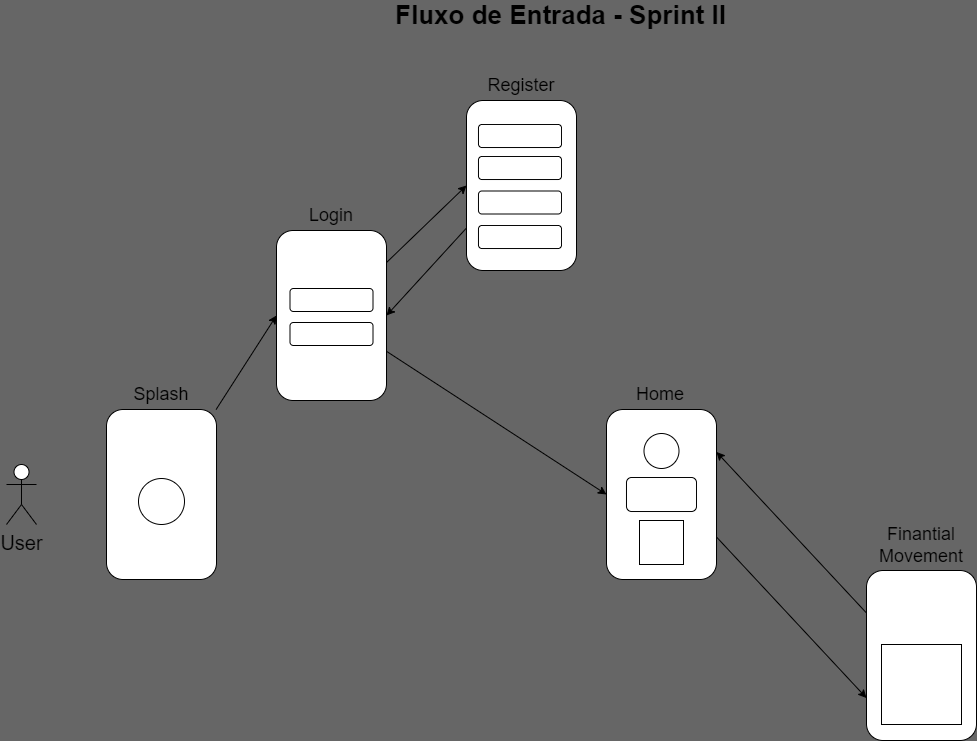
Earlier version of the draw.io export Sprints/Page-Flow-SprintII.png (Luanftg/PIT01GP01). Source tidied: cells renumbered, new cells last; positions are measured from the earlier drawing's top-left corner, leaving out a move shared by most shapes. Source of this version:
```xml
<mxGraphModel background="#666666" shadow="1">
  <root>
    <mxCell id="0" />
    <mxCell id="1" parent="0" />
    <mxCell id="2" style="edgeStyle=none;html=1;entryX=0;entryY=0.5;entryDx=0;entryDy=0;" parent="1" edge="1" source="3" target="6">
      <mxGeometry relative="1" as="geometry" />
    </mxCell>
    <mxCell id="3" style="rounded=1;whiteSpace=wrap;html=1;" parent="1" vertex="1">
      <mxGeometry x="100" y="409" width="110" height="170" as="geometry" />
    </mxCell>
    <mxCell id="4" style="edgeStyle=none;html=1;entryX=0;entryY=0.5;entryDx=0;entryDy=0;" parent="1" edge="1" source="6" target="10">
      <mxGeometry relative="1" as="geometry" />
    </mxCell>
    <mxCell id="5" style="edgeStyle=none;html=1;entryX=0;entryY=0.5;entryDx=0;entryDy=0;" parent="1" edge="1" source="6" target="8">
      <mxGeometry relative="1" as="geometry" />
    </mxCell>
    <mxCell id="6" style="rounded=1;whiteSpace=wrap;html=1;" parent="1" vertex="1">
      <mxGeometry x="270" y="230" width="110" height="170" as="geometry" />
    </mxCell>
    <mxCell id="7" style="edgeStyle=none;html=1;exitX=1;exitY=0.75;exitDx=0;exitDy=0;entryX=0;entryY=0.75;entryDx=0;entryDy=0;" parent="1" edge="1" source="8" target="16">
      <mxGeometry relative="1" as="geometry" />
    </mxCell>
    <mxCell id="8" style="rounded=1;whiteSpace=wrap;html=1;" parent="1" vertex="1">
      <mxGeometry x="600" y="409" width="110" height="170" as="geometry" />
    </mxCell>
    <mxCell id="9" style="edgeStyle=none;html=1;exitX=0;exitY=0.75;exitDx=0;exitDy=0;entryX=1;entryY=0.5;entryDx=0;entryDy=0;" parent="1" edge="1" source="10" target="6">
      <mxGeometry relative="1" as="geometry" />
    </mxCell>
    <mxCell id="10" style="rounded=1;whiteSpace=wrap;html=1;" parent="1" vertex="1">
      <mxGeometry x="460" y="100" width="110" height="170" as="geometry" />
    </mxCell>
    <mxCell id="11" value="Splash" style="text;html=1;strokeColor=none;fillColor=none;align=center;verticalAlign=middle;whiteSpace=wrap;rounded=0;fontSize=18;" parent="1" vertex="1">
      <mxGeometry x="125" y="379" width="60" height="30" as="geometry" />
    </mxCell>
    <mxCell id="12" value="Login" style="text;html=1;strokeColor=none;fillColor=none;align=center;verticalAlign=middle;whiteSpace=wrap;rounded=0;fontSize=18;" parent="1" vertex="1">
      <mxGeometry x="295" y="200" width="60" height="30" as="geometry" />
    </mxCell>
    <mxCell id="13" value="Register" style="text;html=1;strokeColor=none;fillColor=none;align=center;verticalAlign=middle;whiteSpace=wrap;rounded=0;fontSize=18;" parent="1" vertex="1">
      <mxGeometry x="485" y="70" width="60" height="30" as="geometry" />
    </mxCell>
    <mxCell id="14" value="Home" style="text;html=1;strokeColor=none;fillColor=none;align=center;verticalAlign=middle;whiteSpace=wrap;rounded=0;fontSize=18;" parent="1" vertex="1">
      <mxGeometry x="624" y="379" width="60" height="30" as="geometry" />
    </mxCell>
    <mxCell id="15" style="edgeStyle=none;html=1;exitX=0;exitY=0.25;exitDx=0;exitDy=0;entryX=1;entryY=0.25;entryDx=0;entryDy=0;" parent="1" edge="1" source="16" target="8">
      <mxGeometry relative="1" as="geometry" />
    </mxCell>
    <mxCell id="16" style="rounded=1;whiteSpace=wrap;html=1;" parent="1" vertex="1">
      <mxGeometry x="860" y="570" width="110" height="170" as="geometry" />
    </mxCell>
    <mxCell id="17" value="Finantial Movement" style="text;html=1;strokeColor=none;fillColor=none;align=center;verticalAlign=middle;whiteSpace=wrap;rounded=0;fontSize=18;" parent="1" vertex="1">
      <mxGeometry x="885" y="530" width="60" height="30" as="geometry" />
    </mxCell>
    <mxCell id="18" value="&lt;font size=&quot;1&quot;&gt;&lt;b style=&quot;font-size: 26px&quot;&gt;Fluxo de Entrada - Sprint II&lt;/b&gt;&lt;/font&gt;" style="text;html=1;strokeColor=none;fillColor=none;align=center;verticalAlign=middle;whiteSpace=wrap;rounded=0;" parent="1" vertex="1">
      <mxGeometry x="360" width="389" height="30" as="geometry" />
    </mxCell>
    <mxCell id="19" value="User" style="shape=umlActor;verticalLabelPosition=bottom;verticalAlign=top;html=1;fontSize=20;" parent="1" vertex="1">
      <mxGeometry y="464" width="30" height="60" as="geometry" />
    </mxCell>
    <mxCell id="20" style="ellipse;whiteSpace=wrap;html=1;fontSize=26;" parent="1" vertex="1">
      <mxGeometry x="132" y="478" width="46" height="46" as="geometry" />
    </mxCell>
    <mxCell id="21" style="rounded=1;whiteSpace=wrap;html=1;fontSize=26;" parent="1" vertex="1">
      <mxGeometry x="283.5" y="288" width="83" height="23" as="geometry" />
    </mxCell>
    <mxCell id="22" style="rounded=1;whiteSpace=wrap;html=1;fontSize=26;" parent="1" vertex="1">
      <mxGeometry x="283.5" y="322" width="83" height="23" as="geometry" />
    </mxCell>
    <mxCell id="23" style="rounded=1;whiteSpace=wrap;html=1;fontSize=26;" parent="1" vertex="1">
      <mxGeometry x="472" y="124" width="83" height="23" as="geometry" />
    </mxCell>
    <mxCell id="24" style="rounded=1;whiteSpace=wrap;html=1;fontSize=26;" parent="1" vertex="1">
      <mxGeometry x="472" y="156" width="83" height="23" as="geometry" />
    </mxCell>
    <mxCell id="25" style="rounded=1;whiteSpace=wrap;html=1;fontSize=26;" parent="1" vertex="1">
      <mxGeometry x="472" y="190.5" width="83" height="23" as="geometry" />
    </mxCell>
    <mxCell id="26" style="rounded=1;whiteSpace=wrap;html=1;fontSize=26;" parent="1" vertex="1">
      <mxGeometry x="472" y="225" width="83" height="23" as="geometry" />
    </mxCell>
    <mxCell id="27" style="ellipse;whiteSpace=wrap;html=1;fontSize=26;" parent="1" vertex="1">
      <mxGeometry x="637.5" y="433" width="35" height="35" as="geometry" />
    </mxCell>
    <mxCell id="28" style="rounded=1;whiteSpace=wrap;html=1;fontSize=26;" parent="1" vertex="1">
      <mxGeometry x="620" y="477" width="70" height="34" as="geometry" />
    </mxCell>
    <mxCell id="29" style="whiteSpace=wrap;html=1;fontSize=26;" parent="1" vertex="1">
      <mxGeometry x="633" y="520" width="44" height="44" as="geometry" />
    </mxCell>
    <mxCell id="30" style="whiteSpace=wrap;html=1;fontSize=26;" parent="1" vertex="1">
      <mxGeometry x="875" y="644" width="80" height="80" as="geometry" />
    </mxCell>
  </root>
</mxGraphModel>
```
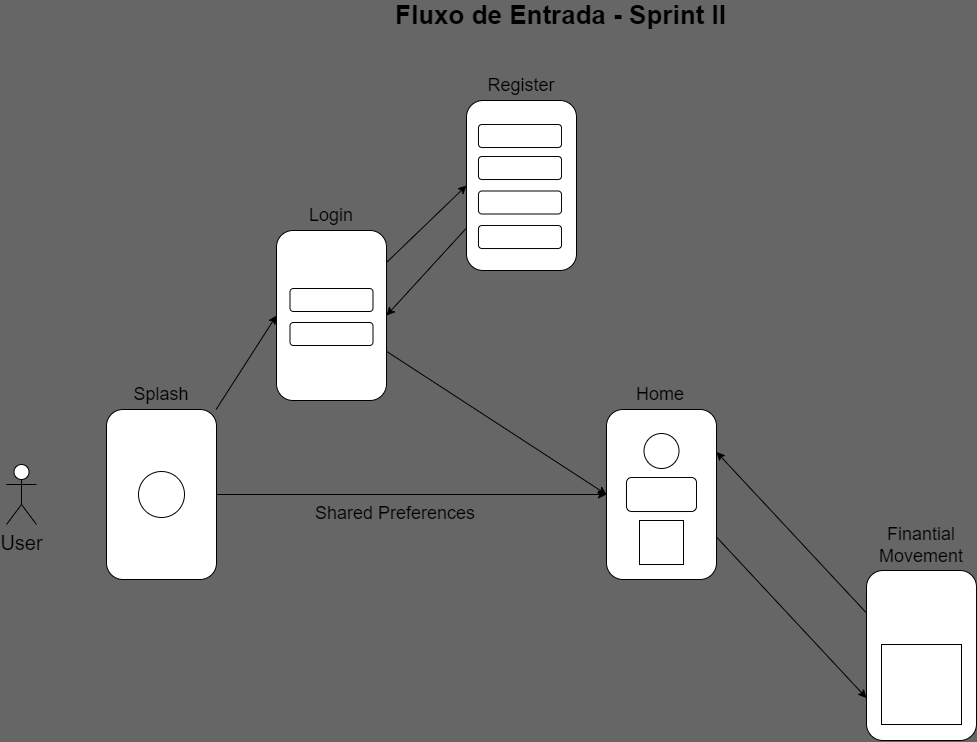
After the change.

What changed in the source:
```diff
@@ -5,6 +5,9 @@
     <mxCell id="2" style="edgeStyle=none;html=1;entryX=0;entryY=0.5;entryDx=0;entryDy=0;" parent="1" edge="1" source="3" target="6">
       <mxGeometry relative="1" as="geometry" />
     </mxCell>
+    <mxCell id="31" style="edgeStyle=none;html=1;entryX=0;entryY=0.5;entryDx=0;entryDy=0;" parent="1" edge="1" source="3" target="8">
+      <mxGeometry relative="1" as="geometry" />
+    </mxCell>
     <mxCell id="3" style="rounded=1;whiteSpace=wrap;html=1;" parent="1" vertex="1">
       <mxGeometry x="100" y="409" width="110" height="170" as="geometry" />
     </mxCell>
@@ -57,7 +60,7 @@
       <mxGeometry y="464" width="30" height="60" as="geometry" />
     </mxCell>
     <mxCell id="20" style="ellipse;whiteSpace=wrap;html=1;fontSize=26;" parent="1" vertex="1">
-      <mxGeometry x="132" y="478" width="46" height="46" as="geometry" />
+      <mxGeometry x="132" y="471" width="46" height="46" as="geometry" />
     </mxCell>
     <mxCell id="21" style="rounded=1;whiteSpace=wrap;html=1;fontSize=26;" parent="1" vertex="1">
       <mxGeometry x="283.5" y="288" width="83" height="23" as="geometry" />
@@ -89,5 +92,8 @@
     <mxCell id="30" style="whiteSpace=wrap;html=1;fontSize=26;" parent="1" vertex="1">
       <mxGeometry x="875" y="644" width="80" height="80" as="geometry" />
     </mxCell>
+    <mxCell id="32" value="Shared Preferences" style="text;html=1;strokeColor=none;fillColor=none;align=center;verticalAlign=middle;whiteSpace=wrap;rounded=0;fontSize=18;" parent="1" vertex="1">
+      <mxGeometry x="301" y="498" width="176" height="30" as="geometry" />
+    </mxCell>
   </root>
 </mxGraphModel>
```
